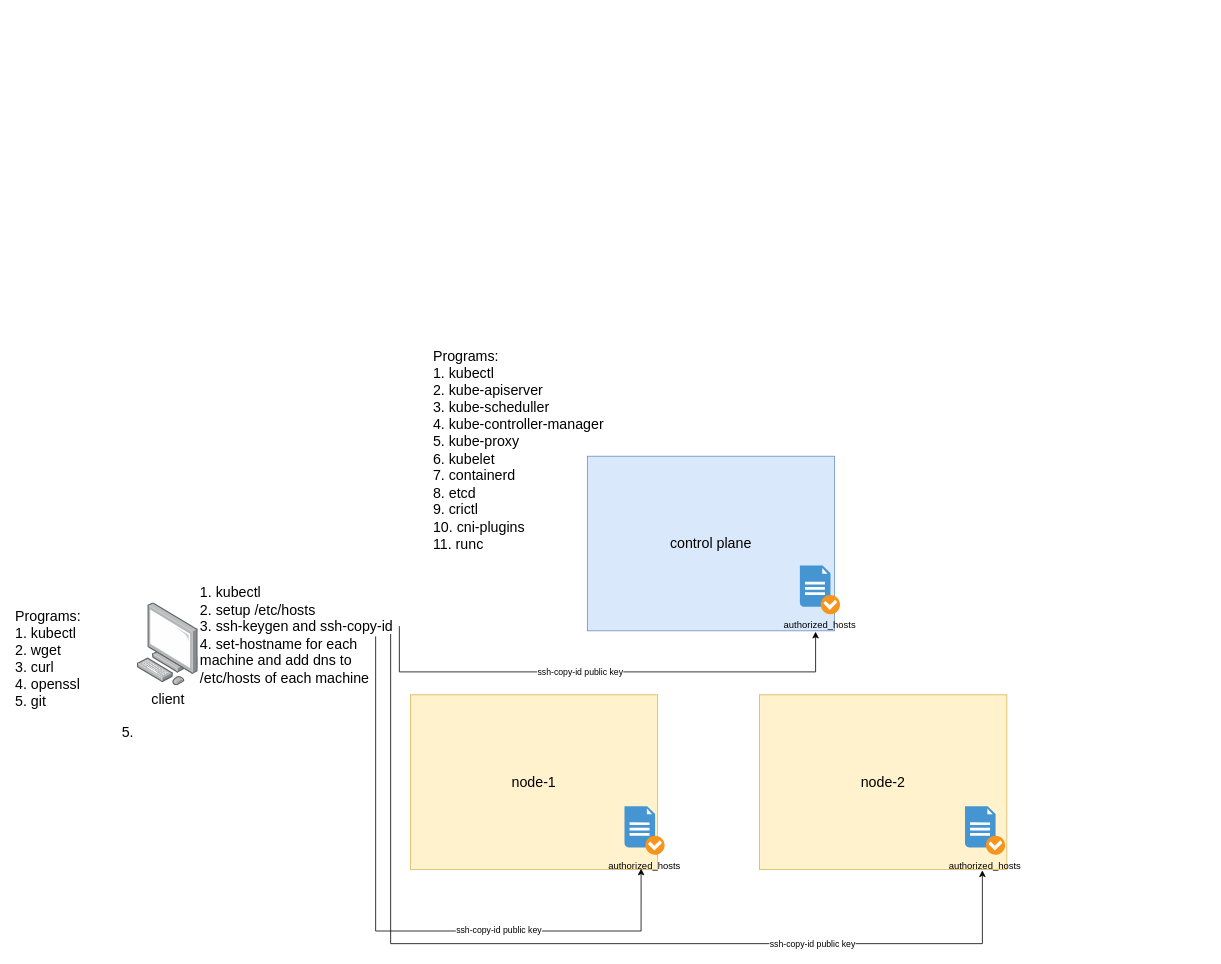
firelinks-alex/firelinks-alex.github.io keeps this draw.io diagram as k8s cluster setup.drawio. Above is the earlier version. Source tidied: cells renumbered, new cells numbered last; positions are measured from the earlier drawing's top-left corner, leaving out a move shared by most shapes. Both pictures are drawn from the tidied source at 79%, with x=0, y=0 at pixel (13, 343).
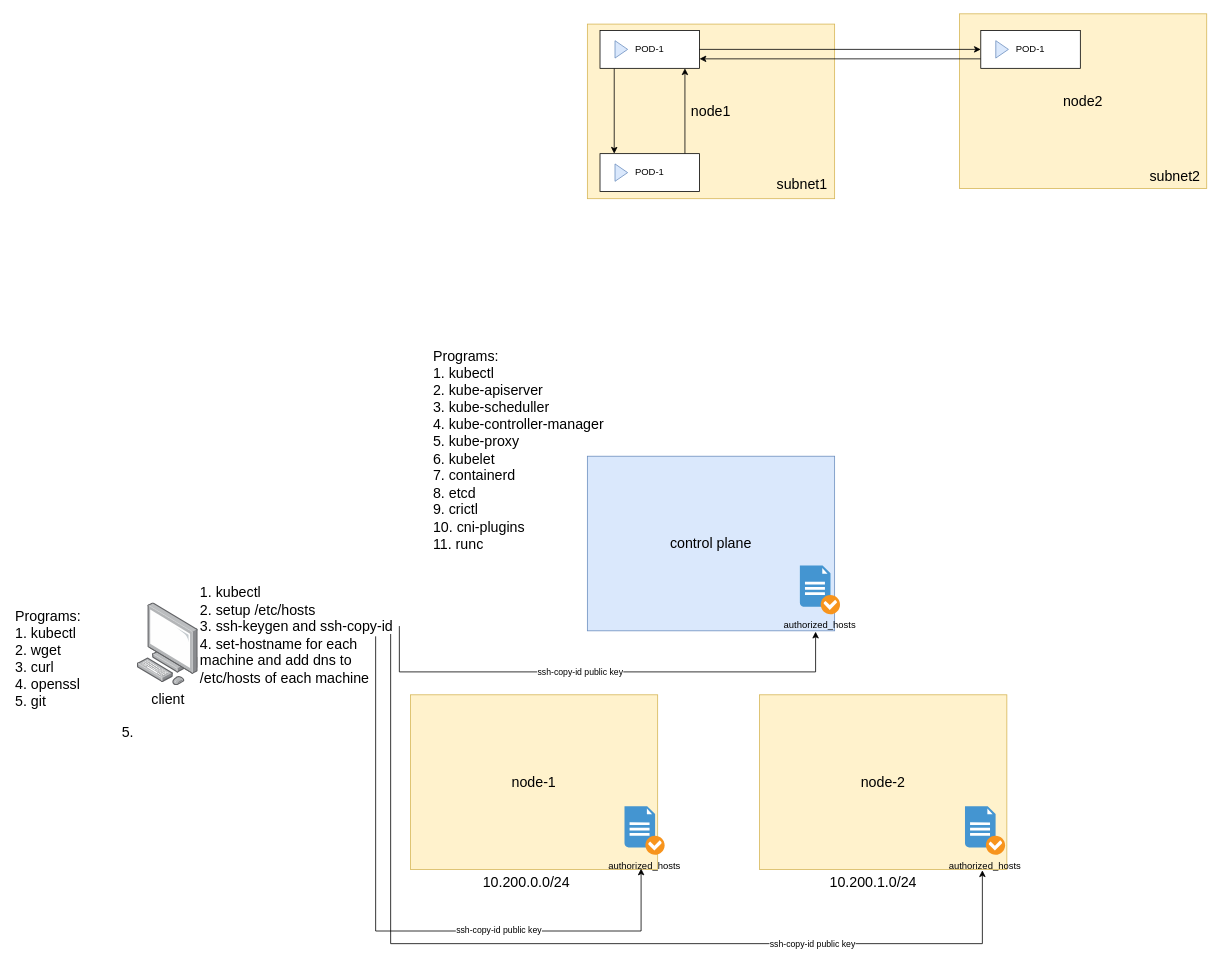
Above is the later version.

Change to the diagram source:
```diff
@@
+    <mxCell id="19" value="&lt;span style=&quot;font-size: 18px;&quot;&gt;node1&lt;/span&gt;" style="rounded=0;whiteSpace=wrap;html=1;fillColor=#fff2cc;strokeColor=#d6b656;" parent="1" vertex="1">
+      <mxGeometry x="726" y="-404" width="313" height="221" as="geometry" />
+    </mxCell>
+    <mxCell id="20" style="edgeStyle=orthogonalEdgeStyle;rounded=0;orthogonalLoop=1;jettySize=auto;html=1;entryX=0.5;entryY=0;entryDx=0;entryDy=0;" parent="1" edge="1">
+      <mxGeometry relative="1" as="geometry">
+        <mxPoint x="760" y="-348" as="sourcePoint" />
+        <mxPoint x="760" y="-240" as="targetPoint" />
+      </mxGeometry>
+    </mxCell>
+    <mxCell id="21" value="POD-1" style="html=1;whiteSpace=wrap;" parent="1" vertex="1">
+      <mxGeometry x="742" y="-396" width="126" height="48" as="geometry" />
+    </mxCell>
+    <mxCell id="22" style="triangle;html=1;whiteSpace=wrap;fillColor=#dae8fc;strokeColor=#6c8ebf;" parent="21" vertex="1">
+      <mxGeometry x="19" y="13" width="16" height="22" as="geometry" />
+    </mxCell>
+    <mxCell id="23" style="edgeStyle=orthogonalEdgeStyle;rounded=0;orthogonalLoop=1;jettySize=auto;html=1;exitX=0.75;exitY=0;exitDx=0;exitDy=0;entryX=0.75;entryY=1;entryDx=0;entryDy=0;" parent="1" edge="1">
+      <mxGeometry relative="1" as="geometry">
+        <mxPoint x="849.5" y="-240" as="sourcePoint" />
+        <mxPoint x="849.5" y="-348" as="targetPoint" />
+      </mxGeometry>
+    </mxCell>
+    <mxCell id="24" value="POD-1" style="html=1;whiteSpace=wrap;" parent="1" vertex="1">
+      <mxGeometry x="742" y="-240" width="126" height="48" as="geometry" />
+    </mxCell>
+    <mxCell id="25" style="triangle;html=1;whiteSpace=wrap;fillColor=#dae8fc;strokeColor=#6c8ebf;" parent="24" vertex="1">
+      <mxGeometry x="19" y="13" width="16" height="22" as="geometry" />
+    </mxCell>
+    <mxCell id="26" value="&lt;font style=&quot;font-size: 18px;&quot;&gt;10.200.0.0/24&lt;/font&gt;" style="text;whiteSpace=wrap;html=1;" parent="1" vertex="1">
+      <mxGeometry x="592" y="666" width="124" height="32" as="geometry" />
+    </mxCell>
+    <mxCell id="27" value="&lt;font style=&quot;font-size: 18px;&quot;&gt;10.200.1.0/24&lt;/font&gt;" style="text;whiteSpace=wrap;html=1;" parent="1" vertex="1">
+      <mxGeometry x="1031" y="666" width="124" height="32" as="geometry" />
+    </mxCell>
+    <mxCell id="28" value="&lt;span style=&quot;font-size: 18px;&quot;&gt;node2&lt;/span&gt;" style="rounded=0;whiteSpace=wrap;html=1;fillColor=#fff2cc;strokeColor=#d6b656;" parent="1" vertex="1">
+      <mxGeometry x="1197" y="-417" width="313" height="221" as="geometry" />
+    </mxCell>
+    <mxCell id="29" style="edgeStyle=orthogonalEdgeStyle;rounded=0;jettySize=auto;html=1;exitX=0;exitY=0.75;exitDx=0;exitDy=0;entryX=1;entryY=0.75;entryDx=0;entryDy=0;" parent="1" edge="1" source="30" target="21">
+      <mxGeometry relative="1" as="geometry" />
+    </mxCell>
+    <mxCell id="30" value="POD-1" style="html=1;whiteSpace=wrap;" parent="1" vertex="1">
+      <mxGeometry x="1224" y="-396" width="126" height="48" as="geometry" />
+    </mxCell>
+    <mxCell id="31" style="triangle;html=1;whiteSpace=wrap;fillColor=#dae8fc;strokeColor=#6c8ebf;" parent="30" vertex="1">
+      <mxGeometry x="19" y="13" width="16" height="22" as="geometry" />
+    </mxCell>
+    <mxCell id="32" style="edgeStyle=orthogonalEdgeStyle;rounded=0;jettySize=auto;html=1;exitX=1;exitY=0.5;exitDx=0;exitDy=0;entryX=0;entryY=0.5;entryDx=0;entryDy=0;" parent="1" edge="1" source="21" target="30">
+      <mxGeometry relative="1" as="geometry" />
+    </mxCell>
+    <mxCell id="33" value="subnet1" style="text;html=1;align=center;verticalAlign=middle;whiteSpace=wrap;rounded=0;fontSize=18;" parent="1" vertex="1">
+      <mxGeometry x="968" y="-216" width="60" height="30" as="geometry" />
+    </mxCell>
+    <mxCell id="34" value="subnet2" style="text;html=1;align=center;verticalAlign=middle;whiteSpace=wrap;rounded=0;fontSize=18;" parent="1" vertex="1">
+      <mxGeometry x="1440" y="-226" width="60" height="30" as="geometry" />
+    </mxCell>
```
